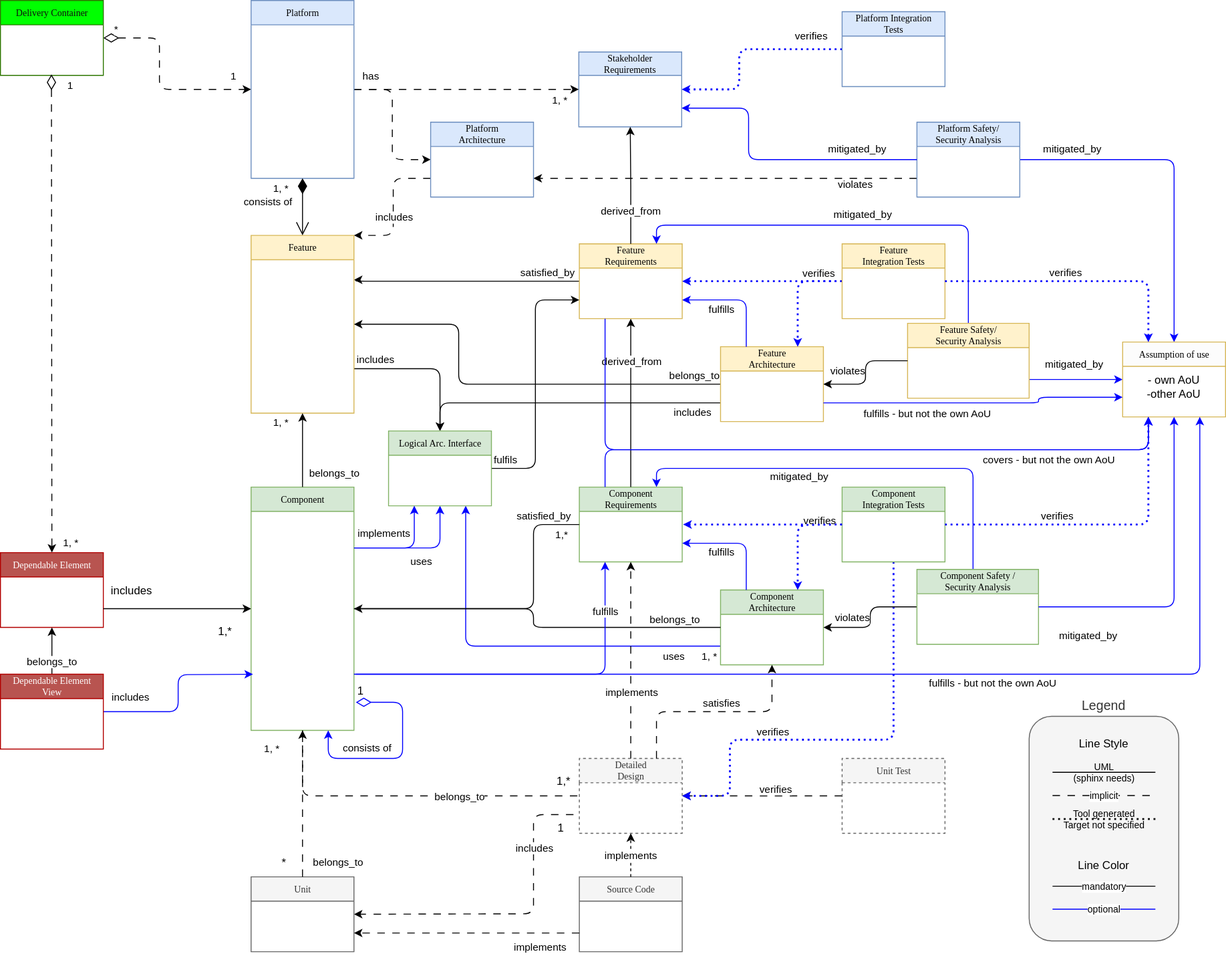
The draw.io diagram main/_images/score_building_blocks_meta_model.drawio.svg in eclipse-score/process_description, before a commit. Source tidied: cells renumbered, new cells last; positions are measured from the earlier drawing's top-left corner, leaving out a move shared by most shapes.
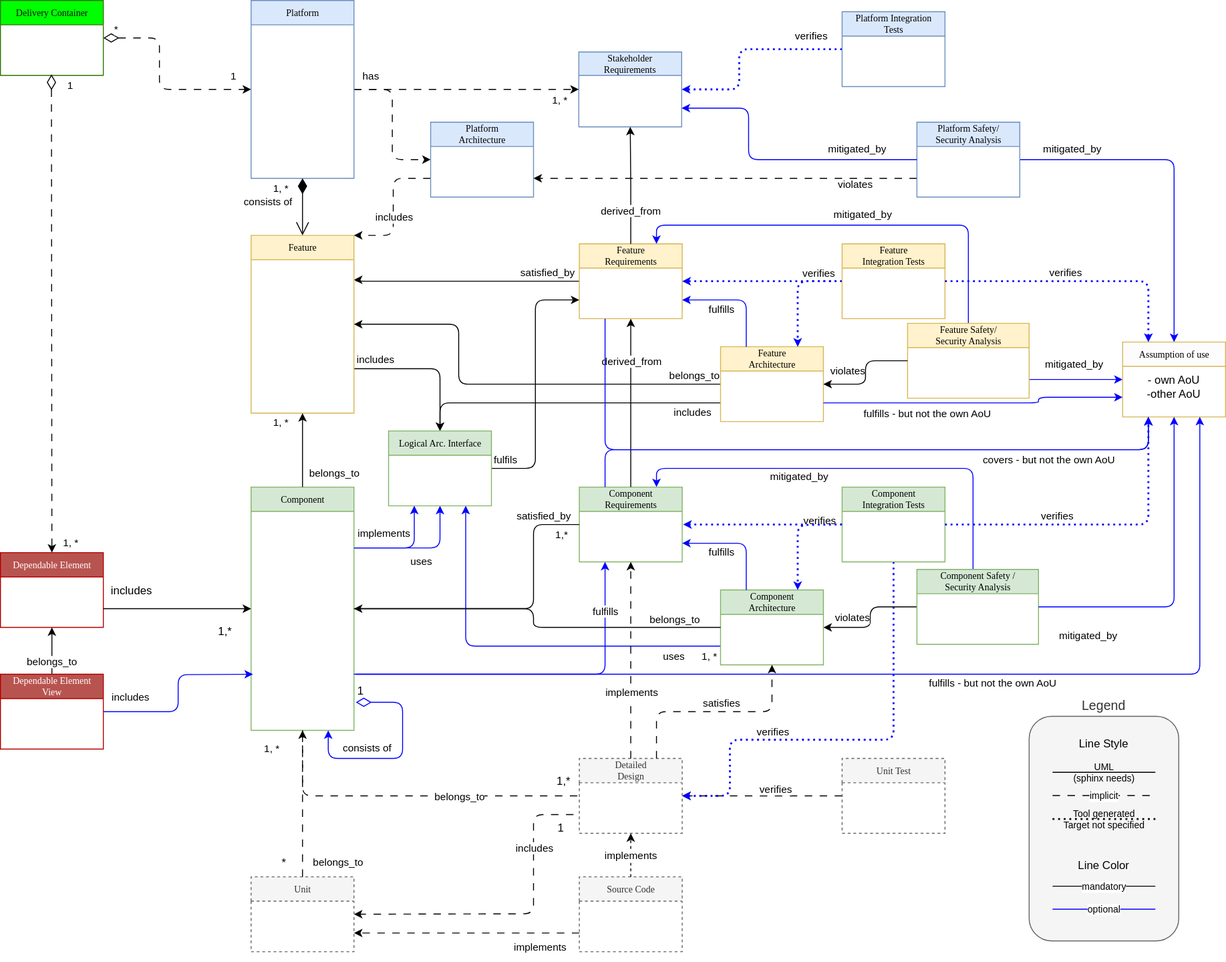
After the commit.

The edit, as a diff of the source:
```diff
@@ -95,7 +95,7 @@
     <mxCell id="21" value="includes" style="edgeLabel;html=1;align=center;verticalAlign=middle;rounded=0;dashed=1;dashPattern=8 8;strokeColor=default;fontFamily=Helvetica;fontSize=11;fontColor=default;labelBackgroundColor=default;" parent="20" vertex="1">
       <mxGeometry x="0.52" relative="1" as="geometry" />
     </mxCell>
-    <mxCell id="22" value="Unit" style="swimlane;html=1;fontStyle=0;horizontal=1;startSize=26;fillColor=#f5f5f5;swimlaneFillColor=#ffffff;rounded=0;shadow=0;comic=0;labelBackgroundColor=none;strokeWidth=1;fontFamily=Verdana;fontSize=10;align=center;fontColor=#333333;strokeColor=#666666;" parent="1" vertex="1">
+    <mxCell id="22" value="Unit" style="swimlane;html=1;fontStyle=0;horizontal=1;startSize=26;fillColor=#f5f5f5;swimlaneFillColor=#ffffff;rounded=0;shadow=0;comic=0;labelBackgroundColor=none;strokeWidth=1;fontFamily=Verdana;fontSize=10;align=center;fontColor=#333333;strokeColor=#666666;dashed=1;verticalAlign=middle;" parent="1" vertex="1">
       <mxGeometry x="268" y="936.5" width="110" height="80" as="geometry" />
     </mxCell>
     <mxCell id="23" value="1, *" style="endArrow=classic;html=1;endSize=6;startArrow=none;startSize=14;startFill=0;edgeStyle=orthogonalEdgeStyle;align=center;verticalAlign=middle;rounded=0;entryX=0.5;entryY=1;entryDx=0;entryDy=0;exitX=0.5;exitY=0;exitDx=0;exitDy=0;endFill=1;dashed=1;dashPattern=8 8;strokeColor=default;fontFamily=Helvetica;fontSize=11;fontColor=default;labelBackgroundColor=default;" parent="1" edge="1" source="22" target="9">
@@ -106,7 +106,7 @@
         <mxPoint x="39" y="20" as="offset" />
       </mxGeometry>
     </mxCell>
-    <mxCell id="25" value="Source Code" style="swimlane;html=1;fontStyle=0;horizontal=1;startSize=26;fillColor=#f5f5f5;swimlaneFillColor=#ffffff;rounded=0;shadow=0;comic=0;labelBackgroundColor=none;strokeWidth=1;fontFamily=Verdana;fontSize=10;align=center;fontColor=#333333;strokeColor=#666666;" parent="1" vertex="1">
+    <mxCell id="25" value="Source Code" style="swimlane;html=1;fontStyle=0;horizontal=1;startSize=26;fillColor=#f5f5f5;swimlaneFillColor=#ffffff;rounded=0;shadow=0;comic=0;labelBackgroundColor=none;strokeWidth=1;fontFamily=Verdana;fontSize=10;align=center;fontColor=#333333;strokeColor=#666666;dashed=1;verticalAlign=middle;" parent="1" vertex="1">
       <mxGeometry x="619" y="936.5" width="110" height="80" as="geometry" />
     </mxCell>
     <mxCell id="26" style="edgeStyle=orthogonalEdgeStyle;rounded=1;jettySize=auto;html=1;entryX=0.5;entryY=0;entryDx=0;entryDy=0;exitX=1;exitY=0.5;exitDx=0;exitDy=0;strokeColor=#0000FF;" parent="1" edge="1" source="94" target="62">
```
